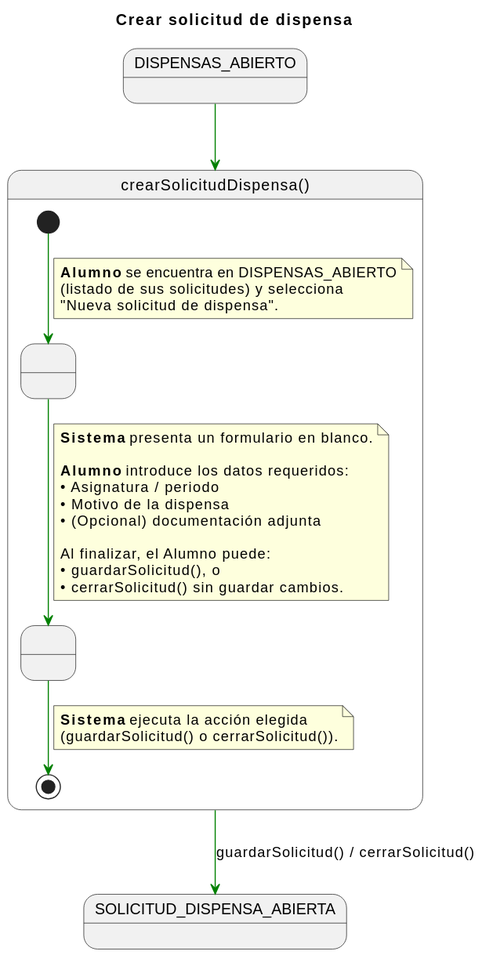
Earlier version of the PlantUML export documents/CasosDeUso/DetalladoCasosDeUso/Alumno/crearSolicitudDispensa.svg (enmabry/25-26-IdSw1-SdR).
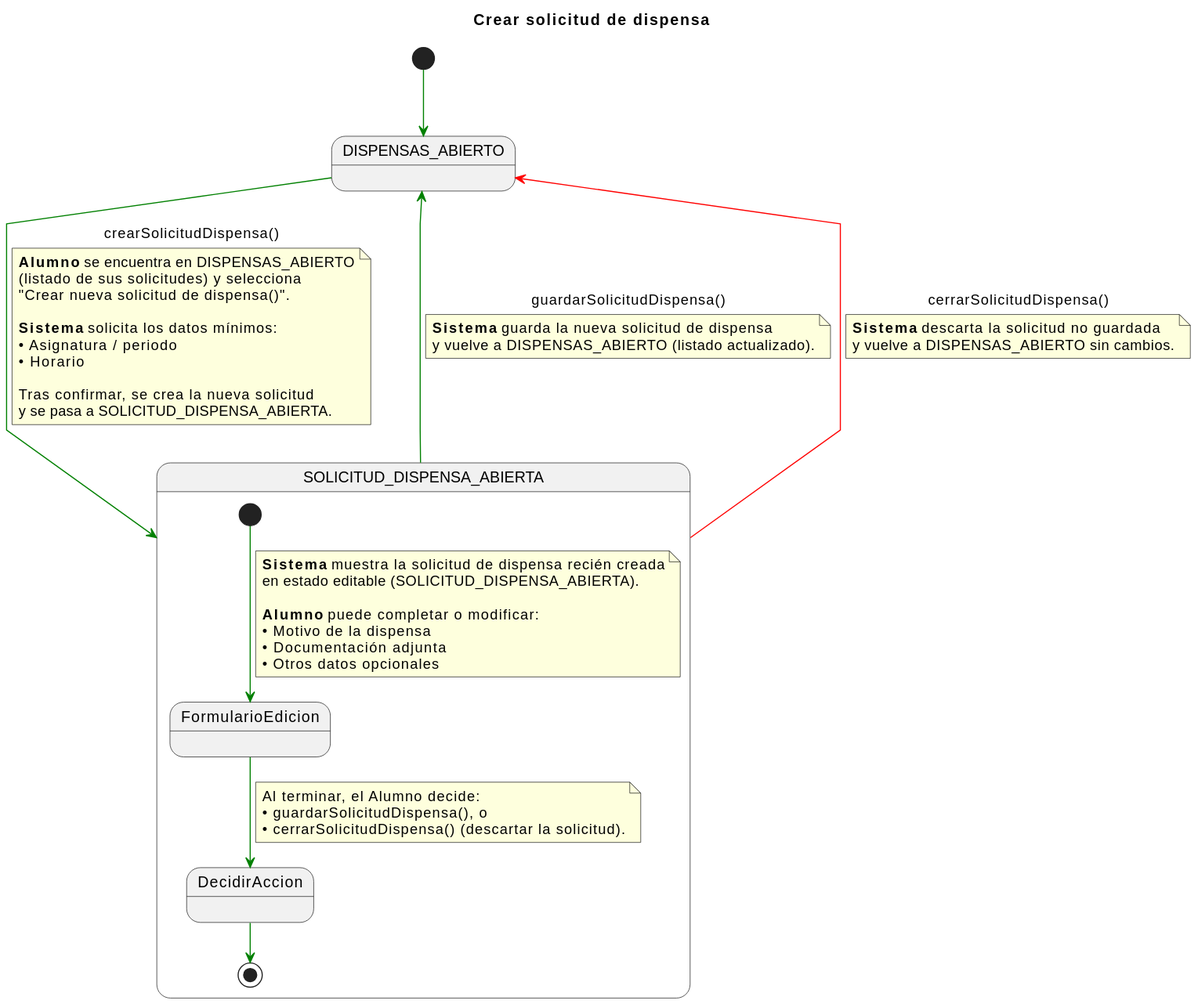
The same file after the commit.

Change to the diagram source:
```diff
@@ -2,43 +2,60 @@
 title Crear solicitud de dispensa
 skinparam linetype polyline
 
-state DISPENSAS_ABIERTO_INICIAL  as "DISPENSAS_ABIERTO"
-state SOLICITUD_DISPENSA_ABIERTA_FINAL as "SOLICITUD_DISPENSA_ABIERTA"
+state DISPENSAS_ABIERTO_INICIAL          as "DISPENSAS_ABIERTO"
+state SOLICITUD_DISPENSA_ABIERTA_INICIAL as "SOLICITUD_DISPENSA_ABIERTA"
 
-DISPENSAS_ABIERTO_INICIAL -[#green]-> crearSolicitudDispensa
+[*] -[#green]-> DISPENSAS_ABIERTO_INICIAL
 
-state crearSolicitudDispensa as "crearSolicitudDispensa()" {
+DISPENSAS_ABIERTO_INICIAL -[#green]-> SOLICITUD_DISPENSA_ABIERTA_INICIAL : crearSolicitudDispensa()
+note on link
+<b>Alumno</b> se encuentra en DISPENSAS_ABIERTO
+(listado de sus solicitudes) y selecciona
+"Crear nueva solicitud de dispensa()".
 
-    state " " as FormularioDatos
-    state " " as DecidirAccion
+<b>Sistema</b> solicita los datos mínimos:
+• Asignatura / periodo
+• Horario
 
-    [*] -[#green]-> FormularioDatos
+Tras confirmar, se crea la nueva solicitud
+y se pasa a SOLICITUD_DISPENSA_ABIERTA.
+end note
+
+state SOLICITUD_DISPENSA_ABIERTA_INICIAL as "SOLICITUD_DISPENSA_ABIERTA" {
+
+    state FormularioEdicion
+    state DecidirAccion
+
+    [*] -[#green]-> FormularioEdicion
     note on link
-    <b>Alumno</b> se encuentra en DISPENSAS_ABIERTO
-    (listado de sus solicitudes) y selecciona
-    "Nueva solicitud de dispensa".
+    <b>Sistema</b> muestra la solicitud de dispensa recién creada
+    en estado editable (SOLICITUD_DISPENSA_ABIERTA).
+
+    <b>Alumno</b> puede completar o modificar:
+    • Motivo de la dispensa
+    • Documentación adjunta
+    • Otros datos opcionales
     end note
 
-    FormularioDatos -[#green]-> DecidirAccion
+    FormularioEdicion -[#green]-> DecidirAccion
     note on link
-    <b>Sistema</b> presenta un formulario en blanco.
-
-    <b>Alumno</b> introduce los datos requeridos:
-    • Asignatura / periodo
-    • Motivo de la dispensa
-    • (Opcional) documentación adjunta
-
-    Al finalizar, el Alumno puede:
-    • guardarSolicitud(), o
-    • cerrarSolicitud() sin guardar cambios.
+    Al terminar, el Alumno decide:
+    • guardarSolicitudDispensa(), o
+    • cerrarSolicitudDispensa() (descartar la solicitud).
     end note
 
     DecidirAccion -[#green]-> [*]
-    note on link
-    <b>Sistema</b> ejecuta la acción elegida
-    (guardarSolicitud() o cerrarSolicitud()).
-    end note
 }
 
-crearSolicitudDispensa -[#green]-> SOLICITUD_DISPENSA_ABIERTA_FINAL : guardarSolicitud() / cerrarSolicitud()
+SOLICITUD_DISPENSA_ABIERTA_INICIAL -[#green]-> DISPENSAS_ABIERTO_INICIAL : guardarSolicitudDispensa()
+note on link
+<b>Sistema</b> guarda la nueva solicitud de dispensa
+y vuelve a DISPENSAS_ABIERTO (listado actualizado).
+end note
+
+SOLICITUD_DISPENSA_ABIERTA_INICIAL -[#red]-> DISPENSAS_ABIERTO_INICIAL : cerrarSolicitudDispensa()
+note on link
+<b>Sistema</b> descarta la solicitud no guardada
+y vuelve a DISPENSAS_ABIERTO sin cambios.
+end note
 @enduml
```
